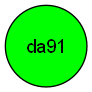
ifra-mahmood24/Python-Projects keeps this Graphviz diagram as IP-CW2/also_likes.png. Above is the earlier version. Its source is kept beside it as IP-CW2/also_likes.dot.
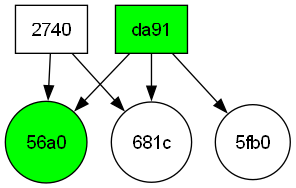
After the commit.

The edit, as a diff of the source:
```diff
@@ -1,5 +1,14 @@
 digraph AlsoLikes {
   rankdir=TB;
   node [fontname="Helvetica"];
-  "da91" [shape=circle, style=filled, fillcolor="green", label="da91"];
+  "681c" [shape=circle, label="681c"];
+  "5fb0" [shape=circle, label="5fb0"];
+  "56a0" [shape=circle, style=filled, fillcolor="green", label="56a0"];
+  "2740" [shape=box, label="2740"];
+  "da91" [shape=box, style=filled, fillcolor="green", label="da91"];
+  "da91" -> "5fb0";
+  "2740" -> "681c";
+  "da91" -> "681c";
+  "2740" -> "56a0";
+  "da91" -> "56a0";
 }
```
